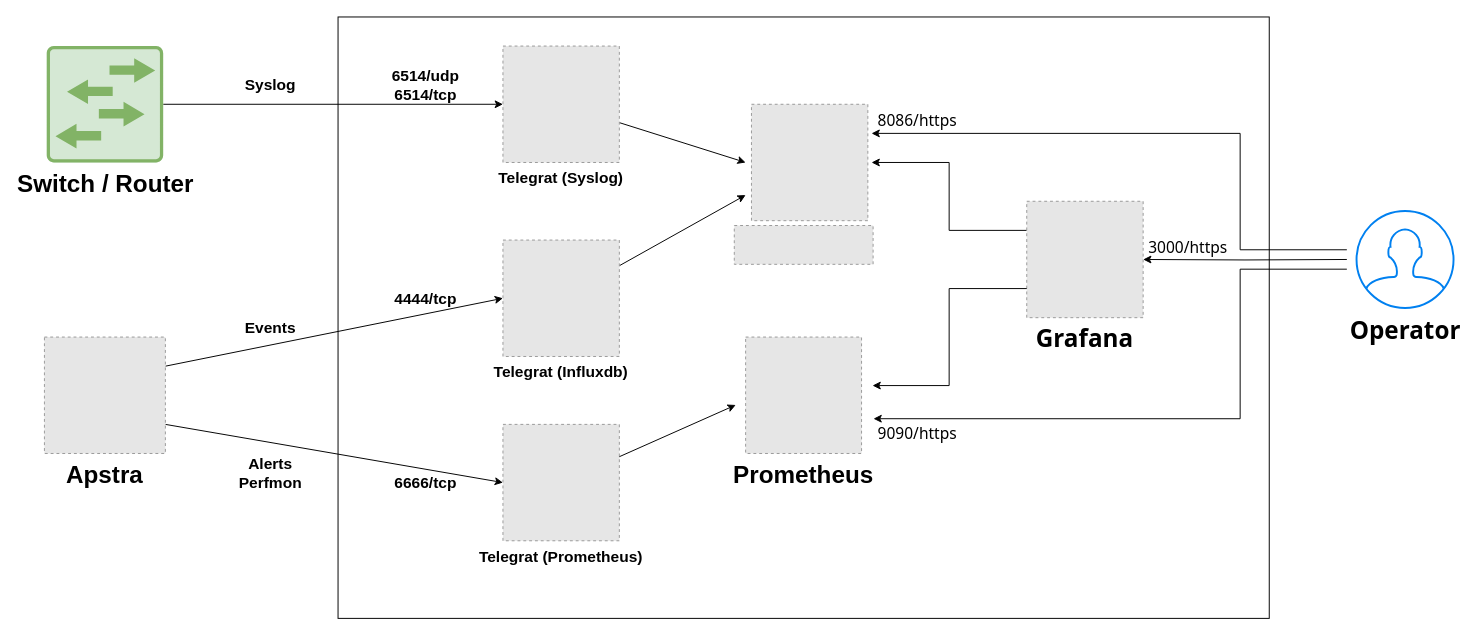
The draw.io diagram images/AOSOM.drawio in nchekwa/aosom-streaming, before the edit. Source tidied: cells renumbered, new cells numbered last; positions are measured from the earlier drawing's top-left corner, leaving out a move shared by most shapes. Both pictures are drawn from the tidied source at 97%, with x=0, y=0 at pixel (44, 16). Pictures stored in the file or linked from it are replaced by grey dashed boxes.
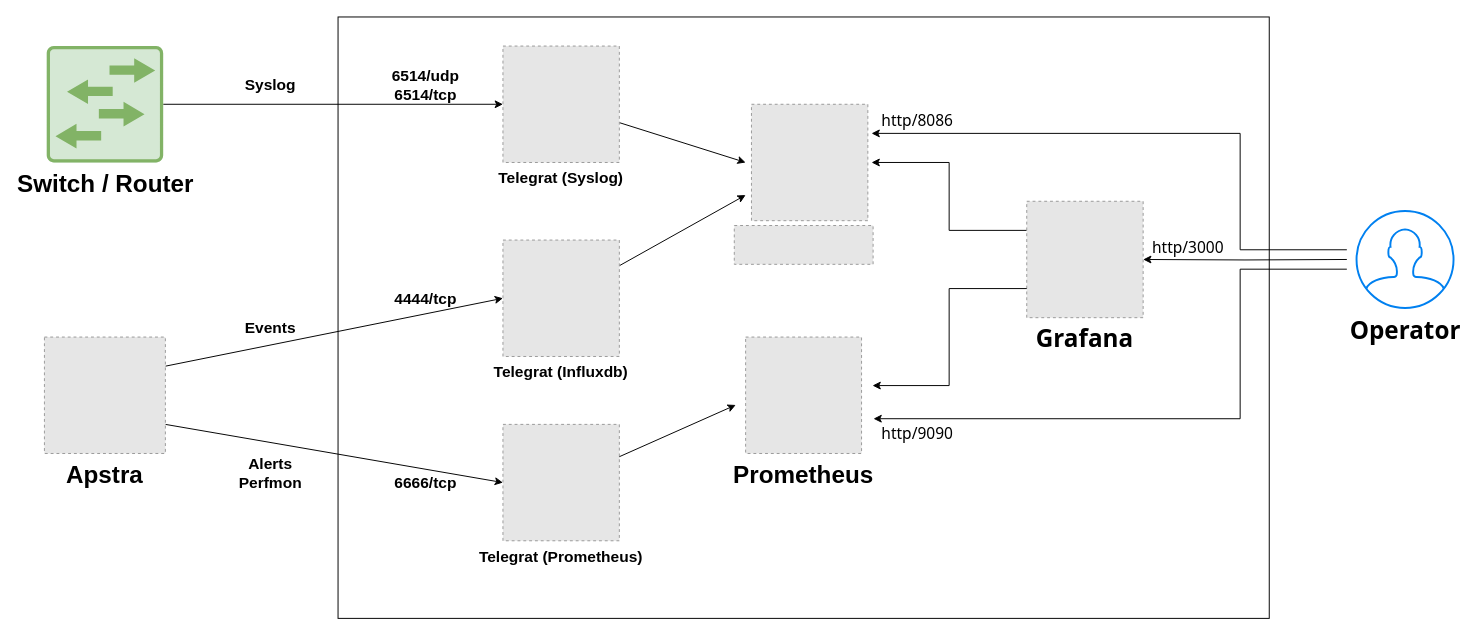
The same diagram, later.

Change to the diagram source:
```diff
@@
-    <mxCell id="29" value="8086/https" style="text;html=1;align=center;verticalAlign=middle;strokeColor=none;fontSize=16;fontFamily=Tahoma;fontColor=#000000;" parent="1" vertex="1">
+    <mxCell id="29" value="http/8086" style="text;html=1;align=center;verticalAlign=middle;strokeColor=none;fontSize=16;fontFamily=Tahoma;fontColor=#000000;" parent="1" vertex="1">
       <mxGeometry x="854.5" y="97" width="90" height="20" as="geometry" />
     </mxCell>
-    <mxCell id="30" value="9090/https" style="text;html=1;align=center;verticalAlign=middle;strokeColor=none;fontSize=16;fontFamily=Tahoma;fontColor=#000000;" parent="1" vertex="1">
+    <mxCell id="30" value="http/9090" style="text;html=1;align=center;verticalAlign=middle;strokeColor=none;fontSize=16;fontFamily=Tahoma;fontColor=#000000;" parent="1" vertex="1">
       <mxGeometry x="854.5" y="420" width="90" height="20" as="geometry" />
     </mxCell>
-    <mxCell id="31" value="3000/https" style="text;html=1;align=center;verticalAlign=middle;strokeColor=none;fontSize=16;fontFamily=Tahoma;fontColor=#000000;" parent="1" vertex="1">
+    <mxCell id="31" value="http/3000" style="text;html=1;align=center;verticalAlign=middle;strokeColor=none;fontSize=16;fontFamily=Tahoma;fontColor=#000000;" parent="1" vertex="1">
       <mxGeometry x="1134" y="228" width="90" height="20" as="geometry" />
     </mxCell>
```
